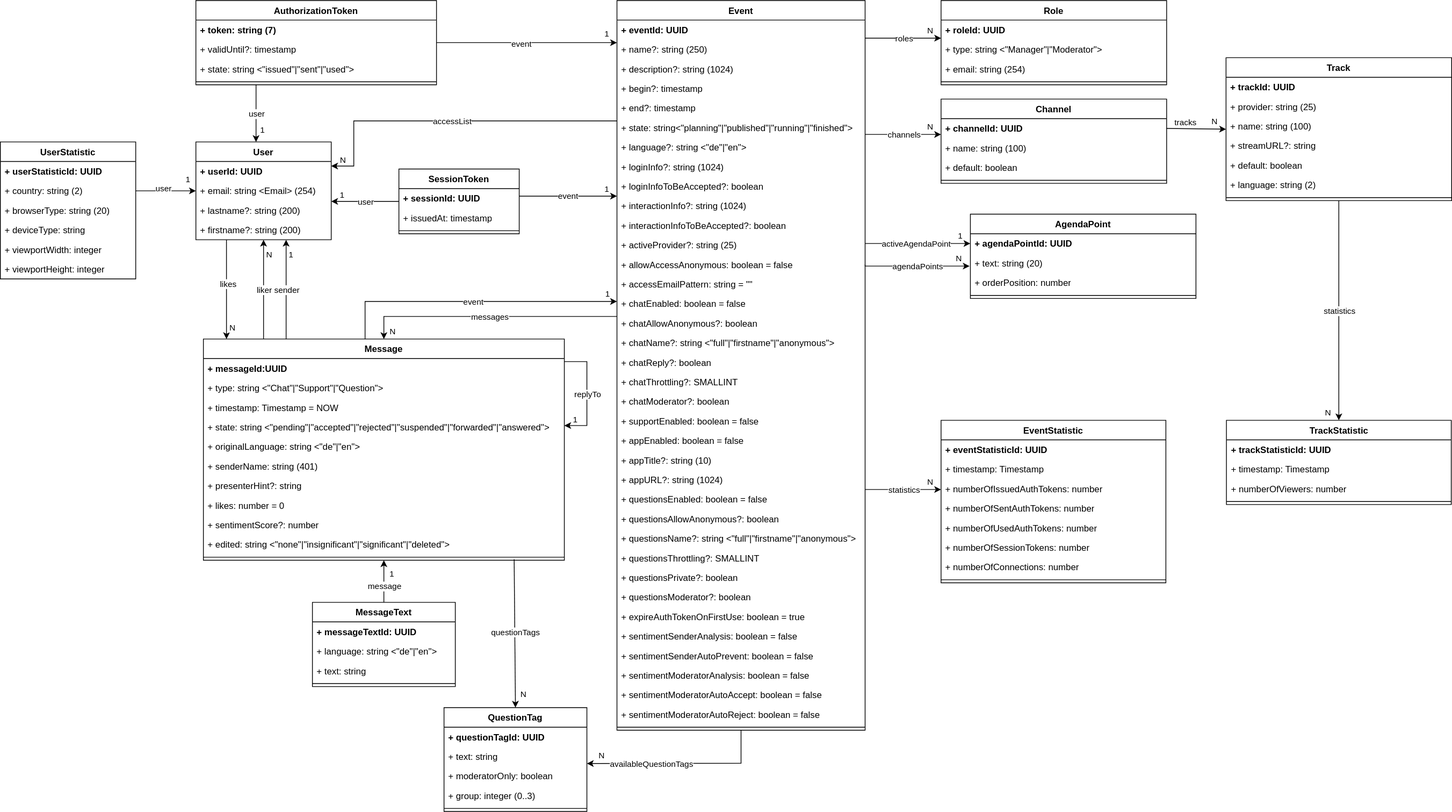
Above: doc/2-specification-datamodel.svg in rse/broadcast (draw.io), before the change. Source tidied: cells renumbered, new cells last; positions are measured from the earlier drawing's top-left corner, leaving out a move shared by most shapes.
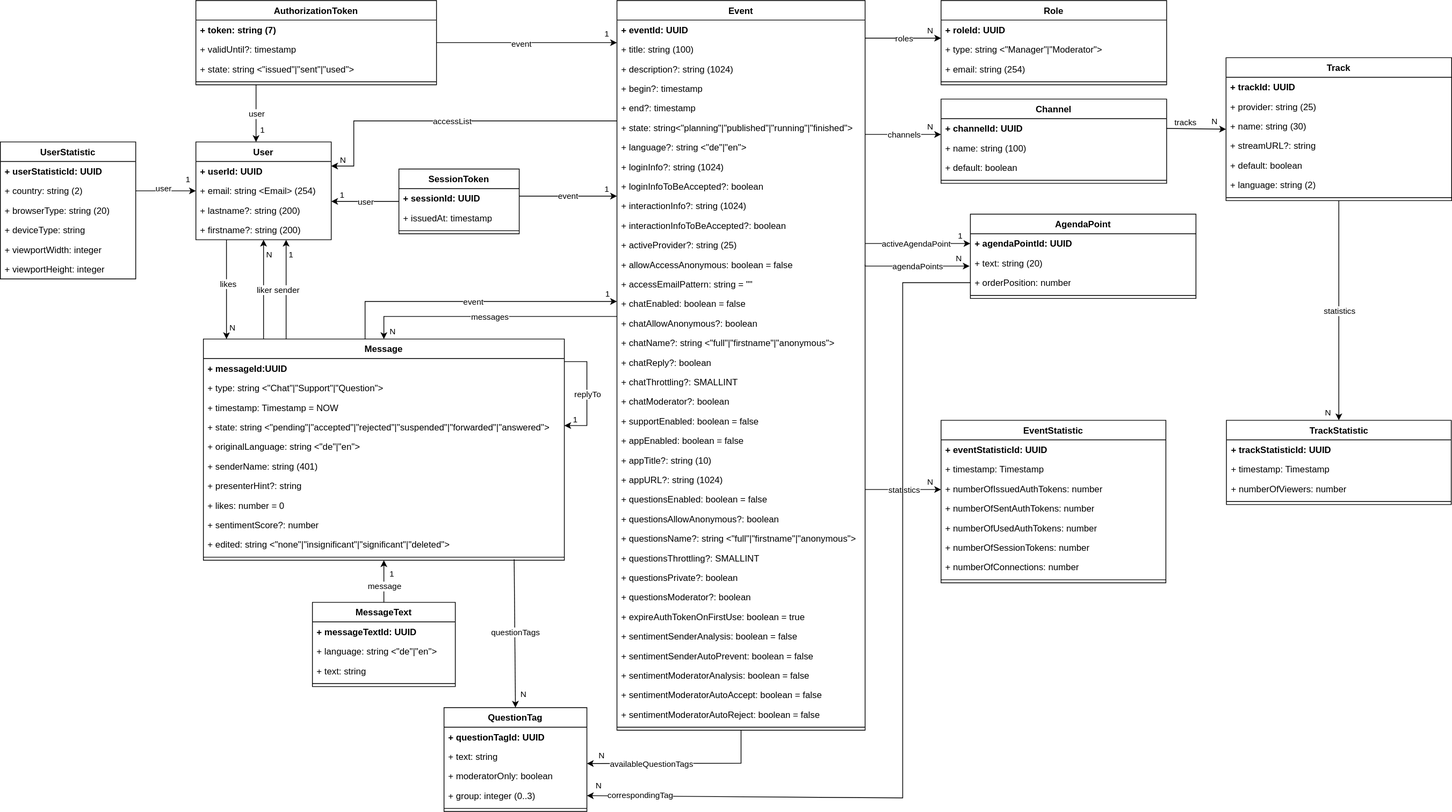
The same diagram one commit later.

Change to the diagram source:
```diff
@@ -272,7 +272,7 @@
     <mxCell id="70" value="&lt;b&gt;+ eventId: UUID&lt;/b&gt;" style="text;strokeColor=none;fillColor=none;align=left;verticalAlign=top;spacingLeft=4;spacingRight=4;overflow=hidden;whiteSpace=wrap;html=1;" parent="69" vertex="1">
       <mxGeometry y="26" width="330" height="26" as="geometry" />
     </mxCell>
-    <mxCell id="71" value="+ name?&lt;span style=&quot;background-color: initial;&quot;&gt;: string (250)&lt;/span&gt;" style="text;strokeColor=none;fillColor=none;align=left;verticalAlign=top;spacingLeft=4;spacingRight=4;overflow=hidden;whiteSpace=wrap;html=1;" parent="69" vertex="1">
+    <mxCell id="71" value="+ title&lt;span style=&quot;background-color: initial;&quot;&gt;: string (100)&lt;/span&gt;" style="text;strokeColor=none;fillColor=none;align=left;verticalAlign=top;spacingLeft=4;spacingRight=4;overflow=hidden;whiteSpace=wrap;html=1;" parent="69" vertex="1">
       <mxGeometry y="52" width="330" height="26" as="geometry" />
     </mxCell>
     <mxCell id="72" value="+ description?&lt;span style=&quot;background-color: initial;&quot;&gt;: string (1024)&lt;/span&gt;" style="text;strokeColor=none;fillColor=none;align=left;verticalAlign=top;spacingLeft=4;spacingRight=4;overflow=hidden;whiteSpace=wrap;html=1;" parent="69" vertex="1">
@@ -580,7 +580,7 @@
     <mxCell id="156" value="&lt;span&gt;+ provider: string (25)&lt;/span&gt;" style="text;strokeColor=none;fillColor=none;align=left;verticalAlign=top;spacingLeft=4;spacingRight=4;overflow=hidden;whiteSpace=wrap;html=1;fontStyle=0;" parent="154" vertex="1">
       <mxGeometry y="52" width="300" height="26" as="geometry" />
     </mxCell>
-    <mxCell id="157" value="+ name: string (100)" style="text;strokeColor=none;fillColor=none;align=left;verticalAlign=top;spacingLeft=4;spacingRight=4;overflow=hidden;whiteSpace=wrap;html=1;" parent="154" vertex="1">
+    <mxCell id="157" value="+ name: string (30)" style="text;strokeColor=none;fillColor=none;align=left;verticalAlign=top;spacingLeft=4;spacingRight=4;overflow=hidden;whiteSpace=wrap;html=1;" parent="154" vertex="1">
       <mxGeometry y="78" width="300" height="26" as="geometry" />
     </mxCell>
     <mxCell id="158" value="+ streamURL?: string" style="text;strokeColor=none;fillColor=none;align=left;verticalAlign=top;spacingLeft=4;spacingRight=4;overflow=hidden;whiteSpace=wrap;html=1;" parent="154" vertex="1">
@@ -684,5 +684,21 @@
         <mxPoint x="-10" y="-2" as="offset" />
       </mxGeometry>
     </mxCell>
+    <mxCell id="186" style="endArrow=classic;html=1;rounded=0;entryX=1;entryY=0.5;entryDx=0;entryDy=0;exitX=0;exitY=0.5;exitDx=0;exitDy=0;" parent="1" edge="1" source="178" target="146">
+      <mxGeometry relative="1" as="geometry">
+        <Array as="points">
+          <mxPoint x="1200" y="375" />
+          <mxPoint x="1200" y="1060" />
+        </Array>
+      </mxGeometry>
+    </mxCell>
+    <mxCell id="187" value="correspondingTag" style="edgeLabel;html=1;align=center;verticalAlign=middle;" parent="186" vertex="1">
+      <mxGeometry x="0.31" relative="1" as="geometry">
+        <mxPoint x="-340" y="-3" as="offset" />
+      </mxGeometry>
+    </mxCell>
+    <mxCell id="188" value="&lt;span style=&quot;color: rgb(0, 0, 0); font-family: Helvetica; font-size: 11px; font-style: normal; font-variant-ligatures: normal; font-variant-caps: normal; font-weight: 400; letter-spacing: normal; orphans: 2; text-align: right; text-indent: 0px; text-transform: none; widows: 2; word-spacing: 0px; -webkit-text-stroke-width: 0px; white-space: nowrap; background-color: rgb(255, 255, 255); text-decoration-thickness: initial; text-decoration-style: initial; text-decoration-color: initial; display: inline !important; float: none;&quot;&gt;N&lt;/span&gt;" style="text;whiteSpace=wrap;html=1;" parent="1" vertex="1">
+      <mxGeometry x="790" y="1030" width="60" height="40" as="geometry" />
+    </mxCell>
   </root>
 </mxGraphModel>
```
